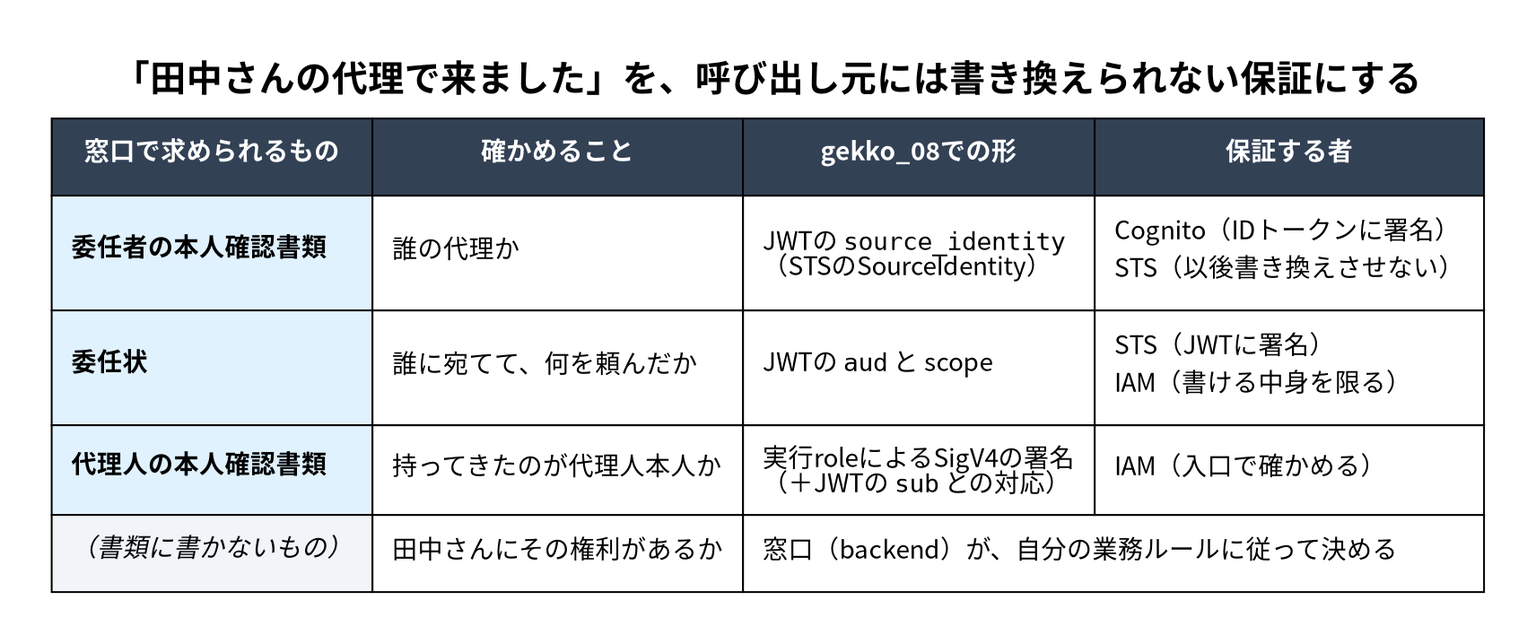
Above: drafts/images/01-delegation-mapping.png in mahitotsu/gekko_08 (Graphviz), before the change. Its source is kept beside it as drafts/images/01-delegation-mapping.dot.
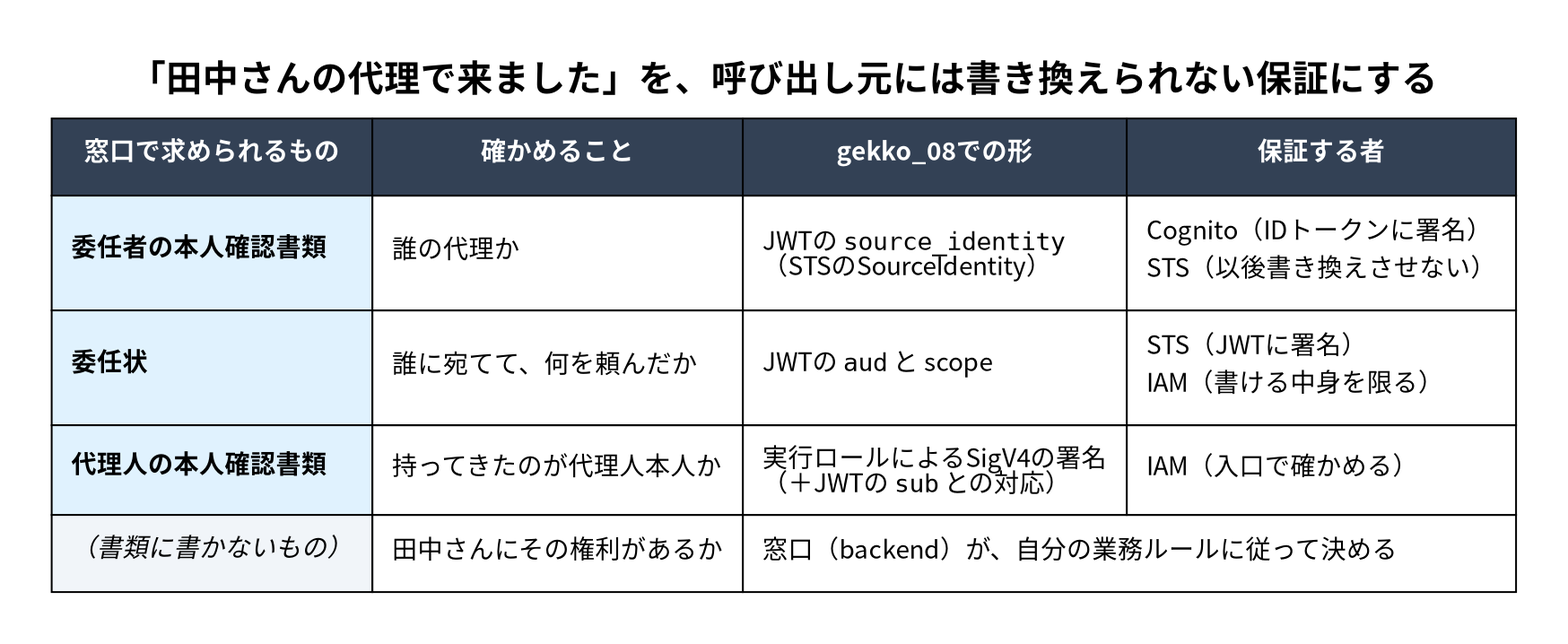
After the commit.

What changed in the source:
```diff
@@ -25,7 +25,7 @@
     <tr>
       <td bgcolor="#e0f2fe" align="left" balign="left"><b>代理人の本人確認書類</b></td>
       <td align="left" balign="left">持ってきたのが代理人本人か</td>
-      <td align="left" balign="left">実行roleによるSigV4の署名<br/>（＋JWTの <font face="monospace">sub</font> との対応）</td>
+      <td align="left" balign="left">実行ロールによるSigV4の署名<br/>（＋JWTの <font face="monospace">sub</font> との対応）</td>
       <td align="left" balign="left">IAM（入口で確かめる）</td>
     </tr>
     <tr>
```
